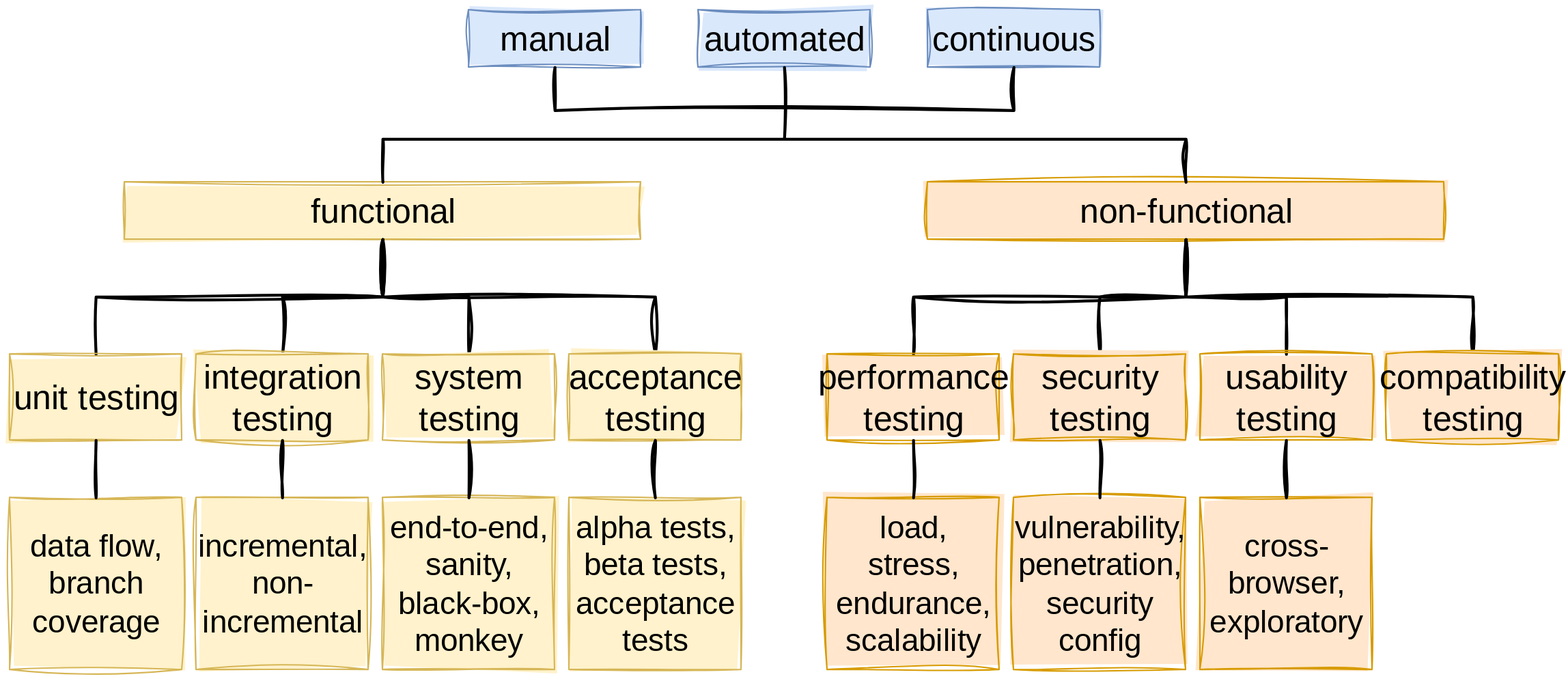
The draw.io diagram lectures/figures/types_of_testing.drawio.svg in pintergreg/software-engineering, before a commit. Source tidied: cells renumbered, new cells last; positions are measured from the earlier drawing's top-left corner, leaving out a move shared by most shapes.
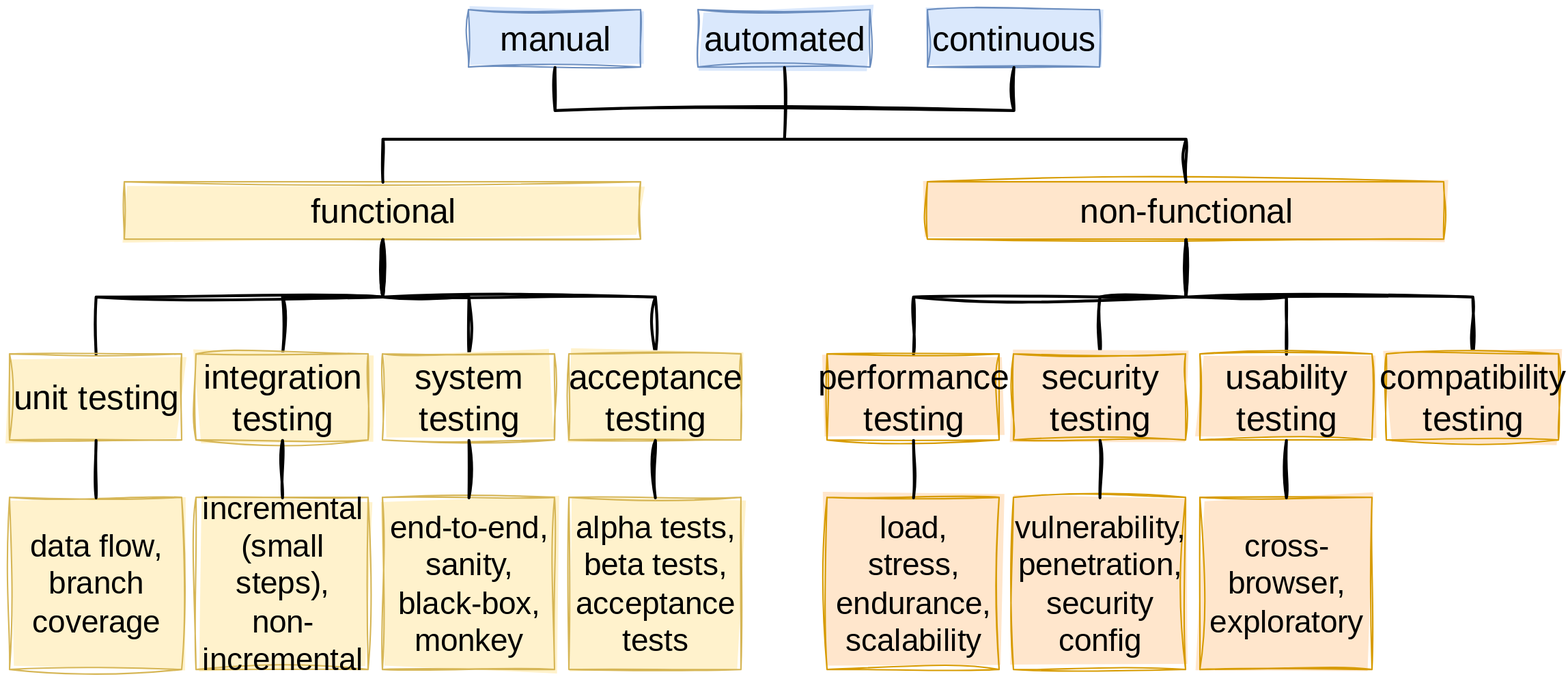
After the change.

Commit message:
Add explanation to incremental GH-78

Change to the diagram source:
```diff
@@ -68,7 +68,7 @@
     <mxCell id="23" value="&lt;div&gt;data flow,&lt;/div&gt;&lt;div&gt;branch coverage&lt;/div&gt;" style="rounded=0;whiteSpace=wrap;html=1;sketch=1;curveFitting=1;jiggle=2;fillColor=#fff2cc;strokeColor=#d6b656;fillStyle=solid;fontFamily=Delicious Handrawn;fontSource=https%3A%2F%2Ffonts.googleapis.com%2Fcss%3Ffamily%3DDelicious%2BHandrawn;fontSize=22;" parent="1" vertex="1">
       <mxGeometry y="340" width="120" height="120" as="geometry" />
     </mxCell>
-    <mxCell id="24" value="incremental,&lt;br&gt;non-incremental" style="rounded=0;whiteSpace=wrap;html=1;sketch=1;curveFitting=1;jiggle=2;fillColor=#fff2cc;strokeColor=#d6b656;fillStyle=solid;fontFamily=Delicious Handrawn;fontSource=https%3A%2F%2Ffonts.googleapis.com%2Fcss%3Ffamily%3DDelicious%2BHandrawn;fontSize=22;" parent="1" vertex="1">
+    <mxCell id="24" value="incremental (small steps),&lt;br&gt;non-incremental" style="rounded=0;whiteSpace=wrap;html=1;sketch=1;curveFitting=1;jiggle=2;fillColor=#fff2cc;strokeColor=#d6b656;fillStyle=solid;fontFamily=Delicious Handrawn;fontSource=https%3A%2F%2Ffonts.googleapis.com%2Fcss%3Ffamily%3DDelicious%2BHandrawn;fontSize=22;" parent="1" vertex="1">
       <mxGeometry x="130" y="340" width="120" height="120" as="geometry" />
     </mxCell>
     <mxCell id="25" value="end-to-end,&lt;br&gt;sanity,&lt;br&gt;black-box,&lt;br&gt;monkey" style="rounded=0;whiteSpace=wrap;html=1;sketch=1;curveFitting=1;jiggle=2;fillColor=#fff2cc;strokeColor=#d6b656;fillStyle=solid;fontFamily=Delicious Handrawn;fontSource=https%3A%2F%2Ffonts.googleapis.com%2Fcss%3Ffamily%3DDelicious%2BHandrawn;fontSize=22;" parent="1" vertex="1">
```
